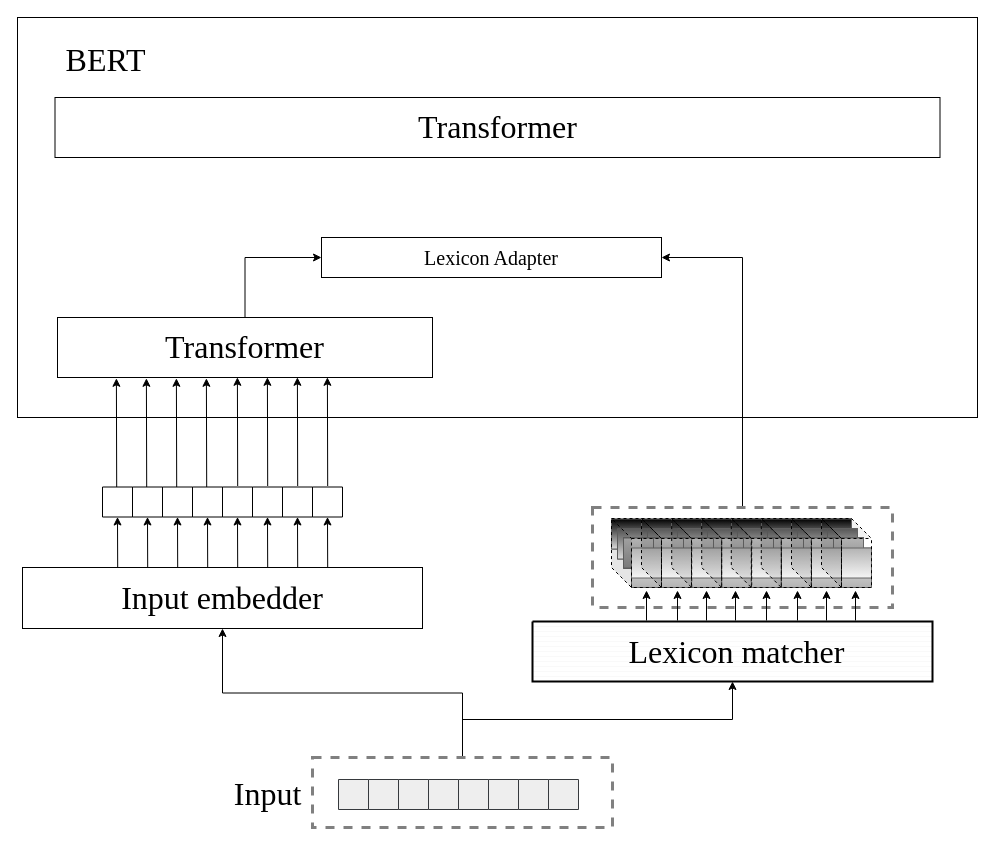
JJackMoO/Jackert_draw keeps this draw.io diagram as NCAA.drawio. Above is the earlier version. Source tidied: cells renumbered, new cells numbered last; positions are measured from the earlier drawing's top-left corner, leaving out a move shared by most shapes. Both pictures are drawn from the tidied source at 100%, with x=0, y=0 at pixel (17, 17).
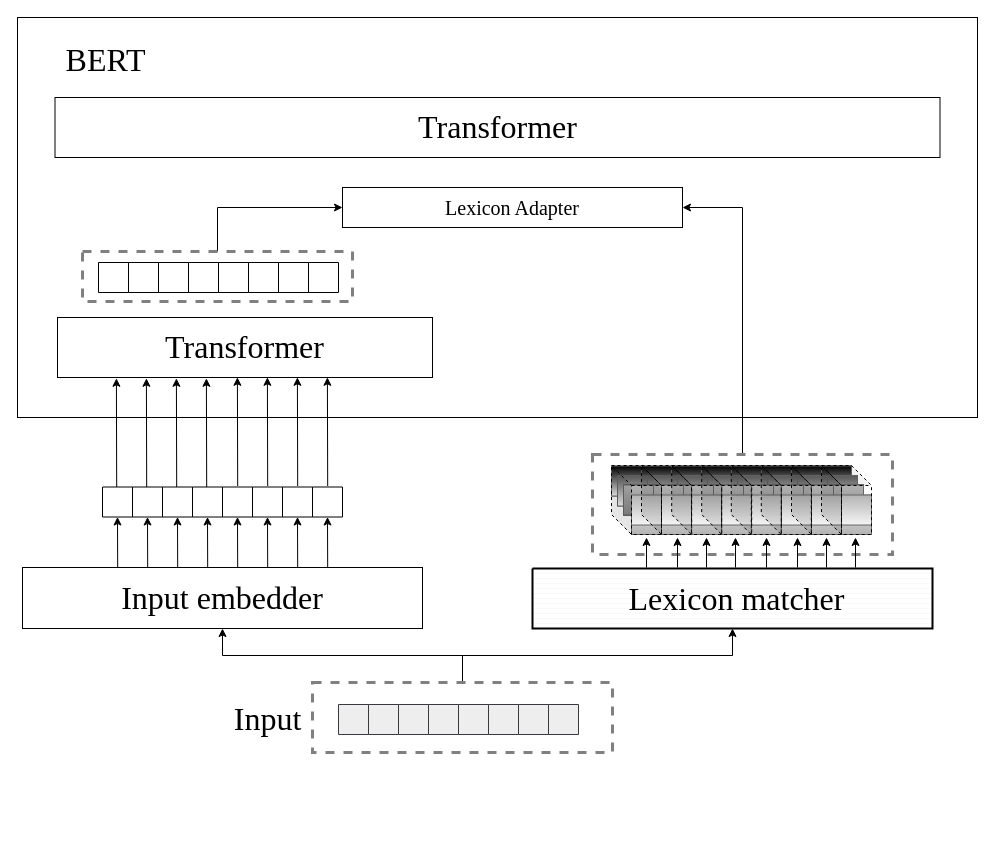
The same diagram, later.

The change refers to these unchanged cells:
```xml
<mxCell id="244" value="&lt;font style=&quot;font-size: 32px;&quot; face=&quot;Times New Roman&quot;&gt;Transformer&lt;/font&gt;" style="rounded=0;whiteSpace=wrap;html=1;" parent="1" vertex="1">
  <mxGeometry x="40" y="300" width="375" height="60" as="geometry" />
</mxCell>
```

Change to the diagram source:
```diff
@@
+    <mxCell id="273" style="edgeStyle=orthogonalEdgeStyle;rounded=0;jettySize=auto;html=1;entryX=0;entryY=0.5;entryDx=0;entryDy=0;fontFamily=Times New Roman;fontSize=20;" parent="1" edge="1" source="274" target="245">
+      <mxGeometry relative="1" as="geometry" />
+    </mxCell>
+    <mxCell id="274" style="verticalLabelPosition=bottom;verticalAlign=top;html=1;shape=mxgraph.basic.rect;fillColor2=none;strokeWidth=3;size=20;indent=5;shadow=0;sketch=0;fillStyle=auto;fontFamily=Times New Roman;fontSize=27;fillColor=none;gradientDirection=north;dashed=1;fontColor=#333333;strokeColor=#808080;" parent="1" vertex="1">
+      <mxGeometry x="65" y="234" width="270" height="50" as="geometry" />
+    </mxCell>
@@
     <mxCell id="4" style="verticalLabelPosition=bottom;verticalAlign=top;html=1;shape=mxgraph.basic.rect;fillColor2=none;strokeWidth=3;size=20;indent=5;shadow=0;sketch=0;fillStyle=auto;fontFamily=Times New Roman;fontSize=27;fillColor=none;gradientDirection=north;dashed=1;fontColor=#333333;strokeColor=#808080;" parent="1" vertex="1">
-      <mxGeometry x="575" y="490" width="300" height="100" as="geometry" />
+      <mxGeometry x="575" y="437" width="300" height="100" as="geometry" />
     </mxCell>
     <mxCell id="5" style="group;" parent="1" vertex="1">
-      <mxGeometry x="321" y="762" width="240" height="30" as="geometry" />
+      <mxGeometry x="321" y="687" width="240" height="30" as="geometry" />
     </mxCell>
@@
     <mxCell id="14" style="group;fillColor=#f5f5f5;gradientColor=#b3b3b3;strokeColor=#666666;" parent="1" vertex="1">
-      <mxGeometry x="594" y="501.5" width="240" height="30" as="geometry" />
+      <mxGeometry x="594" y="448.5" width="240" height="30" as="geometry" />
     </mxCell>
@@
     <mxCell id="63" style="group;fillColor=#f5f5f5;gradientColor=#b3b3b3;strokeColor=#666666;" parent="1" vertex="1">
-      <mxGeometry x="600" y="511.5" width="240" height="30" as="geometry" />
+      <mxGeometry x="600" y="458.5" width="240" height="30" as="geometry" />
     </mxCell>
@@
     <mxCell id="129" style="group;fillColor=#f5f5f5;gradientColor=#b3b3b3;strokeColor=#666666;" parent="1" vertex="1">
-      <mxGeometry x="614" y="530.5" width="240" height="39.5" as="geometry" />
+      <mxGeometry x="614" y="477.5" width="240" height="39.5" as="geometry" />
     </mxCell>
@@
     <mxCell id="223" style="shape=cube;whiteSpace=wrap;html=1;boundedLbl=1;backgroundOutline=1;darkOpacity=0.05;darkOpacity2=0.1;dashed=1;fontSize=20;fillColor=none;" parent="1" vertex="1">
-      <mxGeometry x="624" y="501" width="50" height="69" as="geometry" />
+      <mxGeometry x="624" y="448" width="50" height="69" as="geometry" />
     </mxCell>
     <mxCell id="224" style="shape=cube;whiteSpace=wrap;html=1;boundedLbl=1;backgroundOutline=1;darkOpacity=0.05;darkOpacity2=0.1;dashed=1;fontSize=20;fillColor=none;" parent="1" vertex="1">
-      <mxGeometry x="594" y="501" width="50" height="69" as="geometry" />
+      <mxGeometry x="594" y="448" width="50" height="69" as="geometry" />
     </mxCell>
     <mxCell id="225" style="shape=cube;whiteSpace=wrap;html=1;boundedLbl=1;backgroundOutline=1;darkOpacity=0.05;darkOpacity2=0.1;dashed=1;fontSize=20;fillColor=none;" parent="1" vertex="1">
-      <mxGeometry x="654.2" y="501" width="50" height="69" as="geometry" />
+      <mxGeometry x="654.2" y="448" width="50" height="69" as="geometry" />
     </mxCell>
     <mxCell id="226" style="shape=cube;whiteSpace=wrap;html=1;boundedLbl=1;backgroundOutline=1;darkOpacity=0.05;darkOpacity2=0.1;dashed=1;fontSize=20;fillColor=none;" parent="1" vertex="1">
-      <mxGeometry x="684.2" y="501" width="50" height="69" as="geometry" />
+      <mxGeometry x="684.2" y="448" width="50" height="69" as="geometry" />
     </mxCell>
     <mxCell id="227" style="group;" parent="1" vertex="1">
-      <mxGeometry x="515" y="604" width="400" height="71" as="geometry" />
+      <mxGeometry x="515" y="551" width="400" height="71" as="geometry" />
     </mxCell>
@@
     <mxCell id="233" style="verticalLabelPosition=bottom;verticalAlign=top;html=1;shape=mxgraph.basic.rect;fillColor2=none;strokeWidth=3;size=20;indent=5;shadow=0;sketch=0;fillStyle=auto;fontFamily=Times New Roman;fontSize=27;fillColor=none;gradientDirection=north;dashed=1;fontColor=#333333;strokeColor=#808080;" parent="1" vertex="1">
-      <mxGeometry x="295" y="740" width="300" height="70" as="geometry" />
+      <mxGeometry x="295" y="665" width="300" height="70" as="geometry" />
     </mxCell>
@@
-    <mxCell id="243" style="edgeStyle=orthogonalEdgeStyle;rounded=0;jettySize=auto;html=1;entryX=0;entryY=0.5;entryDx=0;entryDy=0;fontFamily=Times New Roman;fontSize=20;" parent="1" edge="1" source="244" target="245">
-      <mxGeometry relative="1" as="geometry" />
-    </mxCell>
@@
     <mxCell id="245" value="&lt;font style=&quot;font-size: 20px;&quot; face=&quot;Times New Roman&quot;&gt;Lexicon Adapter&lt;/font&gt;" style="rounded=0;whiteSpace=wrap;html=1;" parent="1" vertex="1">
-      <mxGeometry x="304" y="220" width="340" height="40" as="geometry" />
+      <mxGeometry x="325" y="170" width="340" height="40" as="geometry" />
     </mxCell>
@@
     <mxCell id="259" value="Input" style="text;html=1;align=center;verticalAlign=middle;fillColor=none;strokeColor=none;rounded=0;fontFamily=Times New Roman;fontSize=32;" parent="1" vertex="1">
-      <mxGeometry x="205" y="752" width="90" height="50" as="geometry" />
+      <mxGeometry x="205" y="677" width="90" height="50" as="geometry" />
     </mxCell>
@@
     <mxCell id="265" style="endArrow=classic;html=1;rounded=0;fontFamily=Times New Roman;fontSize=32;" parent="1" edge="1">
       <mxGeometry relative="1" as="geometry">
-        <mxPoint x="629" y="603" as="sourcePoint" />
-        <mxPoint x="629" y="573" as="targetPoint" />
+        <mxPoint x="629" y="550" as="sourcePoint" />
+        <mxPoint x="629" y="520" as="targetPoint" />
       </mxGeometry>
     </mxCell>
     <mxCell id="266" style="endArrow=classic;html=1;rounded=0;fontFamily=Times New Roman;fontSize=32;" parent="1" edge="1">
       <mxGeometry relative="1" as="geometry">
-        <mxPoint x="660" y="603" as="sourcePoint" />
-        <mxPoint x="660" y="573" as="targetPoint" />
+        <mxPoint x="660" y="550" as="sourcePoint" />
+        <mxPoint x="660" y="520" as="targetPoint" />
       </mxGeometry>
     </mxCell>
     <mxCell id="267" style="endArrow=classic;html=1;rounded=0;fontFamily=Times New Roman;fontSize=32;" parent="1" edge="1">
       <mxGeometry relative="1" as="geometry">
-        <mxPoint x="689" y="603" as="sourcePoint" />
-        <mxPoint x="689" y="573" as="targetPoint" />
+        <mxPoint x="689" y="550" as="sourcePoint" />
+        <mxPoint x="689" y="520" as="targetPoint" />
       </mxGeometry>
     </mxCell>
     <mxCell id="268" style="endArrow=classic;html=1;rounded=0;fontFamily=Times New Roman;fontSize=32;" parent="1" edge="1">
       <mxGeometry relative="1" as="geometry">
-        <mxPoint x="718" y="603" as="sourcePoint" />
-        <mxPoint x="718" y="573" as="targetPoint" />
+        <mxPoint x="718" y="550" as="sourcePoint" />
+        <mxPoint x="718" y="520" as="targetPoint" />
       </mxGeometry>
     </mxCell>
     <mxCell id="269" style="endArrow=classic;html=1;rounded=0;fontFamily=Times New Roman;fontSize=32;" parent="1" edge="1">
       <mxGeometry relative="1" as="geometry">
-        <mxPoint x="749" y="603" as="sourcePoint" />
-        <mxPoint x="749" y="573" as="targetPoint" />
+        <mxPoint x="749" y="550" as="sourcePoint" />
+        <mxPoint x="749" y="520" as="targetPoint" />
       </mxGeometry>
     </mxCell>
     <mxCell id="270" style="endArrow=classic;html=1;rounded=0;fontFamily=Times New Roman;fontSize=32;" parent="1" edge="1">
       <mxGeometry relative="1" as="geometry">
-        <mxPoint x="780" y="603" as="sourcePoint" />
-        <mxPoint x="780" y="573" as="targetPoint" />
+        <mxPoint x="780" y="550" as="sourcePoint" />
+        <mxPoint x="780" y="520" as="targetPoint" />
       </mxGeometry>
     </mxCell>
     <mxCell id="271" style="endArrow=classic;html=1;rounded=0;fontFamily=Times New Roman;fontSize=32;" parent="1" edge="1">
       <mxGeometry relative="1" as="geometry">
-        <mxPoint x="809" y="603" as="sourcePoint" />
-        <mxPoint x="809" y="573" as="targetPoint" />
+        <mxPoint x="809" y="550" as="sourcePoint" />
+        <mxPoint x="809" y="520" as="targetPoint" />
       </mxGeometry>
     </mxCell>
     <mxCell id="272" style="endArrow=classic;html=1;rounded=0;fontFamily=Times New Roman;fontSize=32;" parent="1" edge="1">
       <mxGeometry relative="1" as="geometry">
-        <mxPoint x="838" y="603" as="sourcePoint" />
-        <mxPoint x="838" y="573" as="targetPoint" />
+        <mxPoint x="838" y="550" as="sourcePoint" />
+        <mxPoint x="838" y="520" as="targetPoint" />
       </mxGeometry>
     </mxCell>
+    <mxCell id="275" style="group;" parent="1" vertex="1">
+      <mxGeometry x="81" y="245" width="240" height="30" as="geometry" />
+    </mxCell>
+    <mxCell id="276" style="verticalLabelPosition=bottom;verticalAlign=top;html=1;shape=mxgraph.basic.patternFillRect;fillStyle=auto;step=5;fillStrokeWidth=0.2;fillStrokeColor=#dddddd;gradientDirection=north;shadow=0;sketch=0;" parent="275" vertex="1">
+      <mxGeometry width="30" height="30" as="geometry" />
+    </mxCell>
+    <mxCell id="277" style="verticalLabelPosition=bottom;verticalAlign=top;html=1;shape=mxgraph.basic.patternFillRect;fillStyle=auto;step=5;fillStrokeWidth=0.2;fillStrokeColor=#dddddd;gradientDirection=north;shadow=0;sketch=0;" parent="275" vertex="1">
+      <mxGeometry x="120" width="30" height="30" as="geometry" />
+    </mxCell>
+    <mxCell id="278" style="verticalLabelPosition=bottom;verticalAlign=top;html=1;shape=mxgraph.basic.patternFillRect;fillStyle=auto;step=5;fillStrokeWidth=0.2;fillStrokeColor=#dddddd;gradientDirection=north;shadow=0;sketch=0;" parent="275" vertex="1">
+      <mxGeometry x="30" width="30" height="30" as="geometry" />
+    </mxCell>
+    <mxCell id="279" style="verticalLabelPosition=bottom;verticalAlign=top;html=1;shape=mxgraph.basic.patternFillRect;fillStyle=auto;step=5;fillStrokeWidth=0.2;fillStrokeColor=#dddddd;gradientDirection=north;shadow=0;sketch=0;" parent="275" vertex="1">
+      <mxGeometry x="150" width="30" height="30" as="geometry" />
+    </mxCell>
+    <mxCell id="280" style="verticalLabelPosition=bottom;verticalAlign=top;html=1;shape=mxgraph.basic.patternFillRect;fillStyle=auto;step=5;fillStrokeWidth=0.2;fillStrokeColor=#dddddd;gradientDirection=north;shadow=0;sketch=0;" parent="275" vertex="1">
+      <mxGeometry x="60" width="30" height="30" as="geometry" />
+    </mxCell>
+    <mxCell id="281" style="verticalLabelPosition=bottom;verticalAlign=top;html=1;shape=mxgraph.basic.patternFillRect;fillStyle=auto;step=5;fillStrokeWidth=0.2;fillStrokeColor=#dddddd;gradientDirection=north;shadow=0;sketch=0;" parent="275" vertex="1">
+      <mxGeometry x="180" width="30" height="30" as="geometry" />
+    </mxCell>
+    <mxCell id="282" style="verticalLabelPosition=bottom;verticalAlign=top;html=1;shape=mxgraph.basic.patternFillRect;fillStyle=auto;step=5;fillStrokeWidth=0.2;fillStrokeColor=#dddddd;gradientDirection=north;shadow=0;sketch=0;" parent="275" vertex="1">
+      <mxGeometry x="90" width="30" height="30" as="geometry" />
+    </mxCell>
+    <mxCell id="283" style="verticalLabelPosition=bottom;verticalAlign=top;html=1;shape=mxgraph.basic.patternFillRect;fillStyle=auto;step=5;fillStrokeWidth=0.2;fillStrokeColor=#dddddd;gradientDirection=north;shadow=0;sketch=0;" parent="275" vertex="1">
+      <mxGeometry x="210" width="30" height="30" as="geometry" />
+    </mxCell>
```
